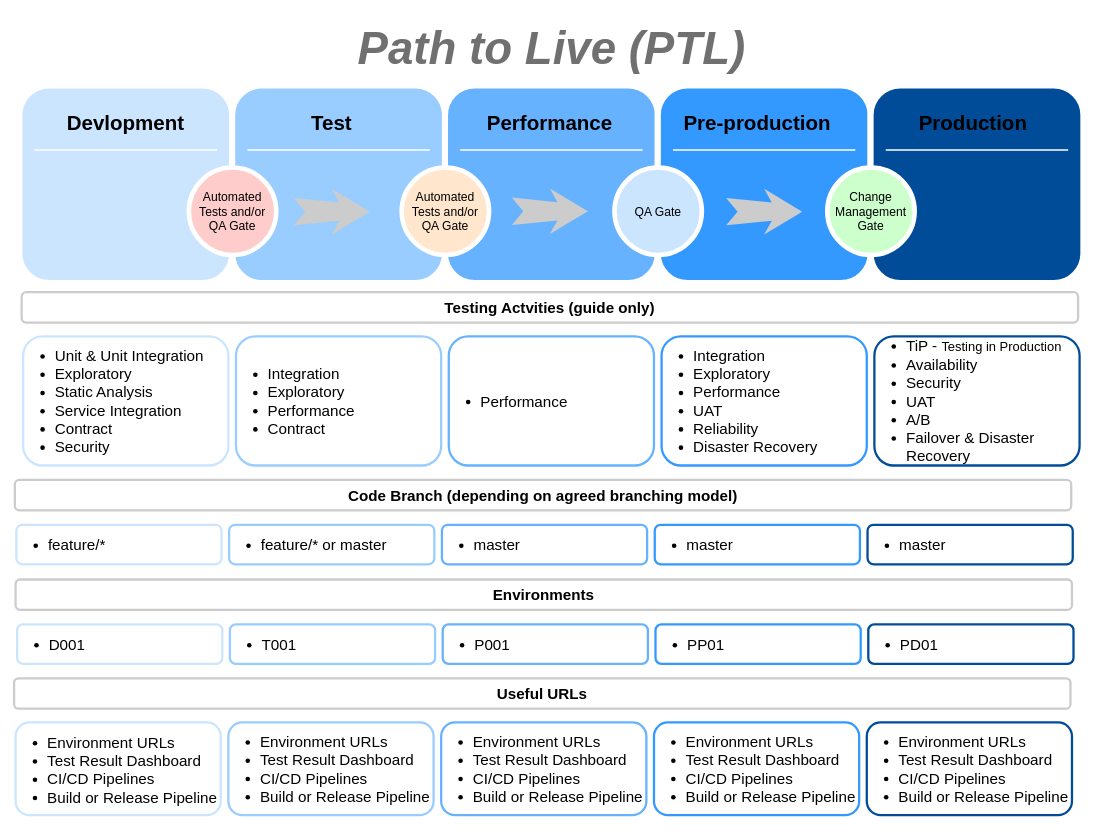
The draw.io diagram path-to-live.drawio in Vykistwo/7IM, before the edit. Source tidied: cells renumbered, new cells numbered last; positions are measured from the earlier drawing's top-left corner, leaving out a move shared by most shapes. Both pictures are drawn from the tidied source at 76%, with x=0, y=0 at pixel (14, 13).
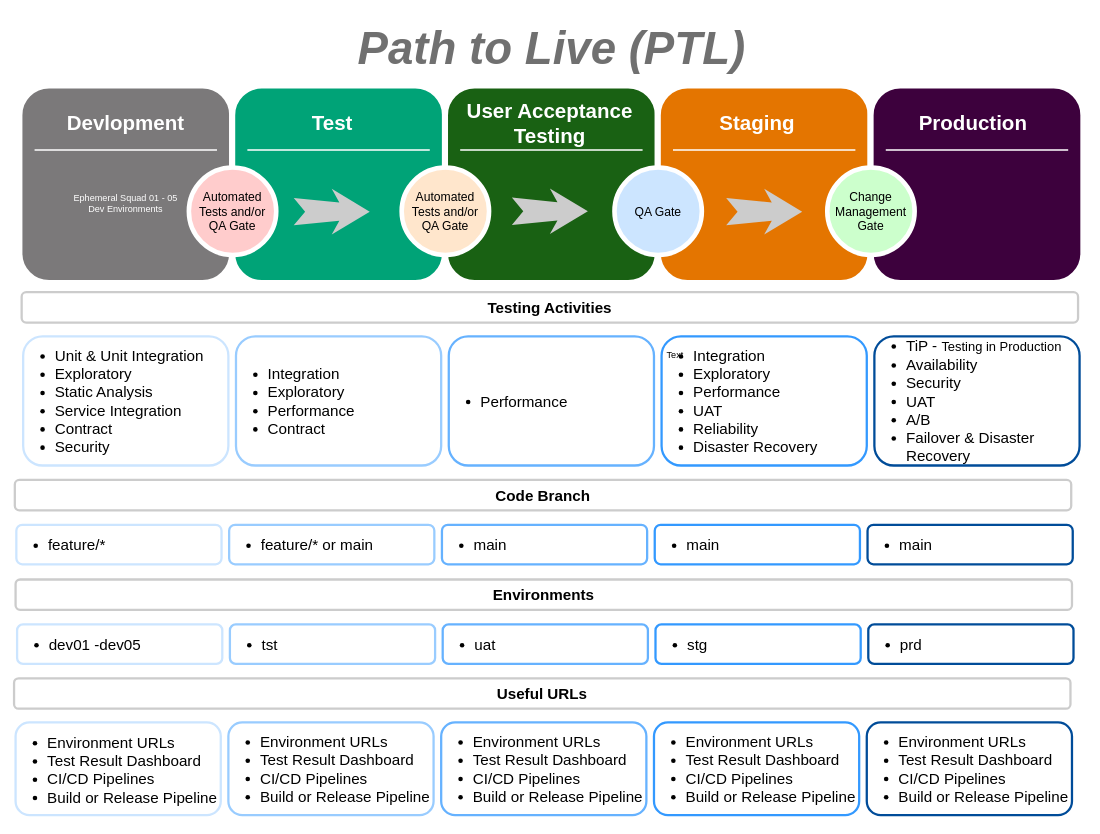
The same page after the edit.

What changed in the source:
```diff
@@
-    <mxCell id="2" style="whiteSpace=wrap;html=1;rounded=1;shadow=0;strokeWidth=8;fontSize=20;align=center;strokeColor=#FFFFFF;labelBackgroundColor=none;fillColor=#CCE5FF;" parent="1" vertex="1">
+    <mxCell id="2" style="whiteSpace=wrap;html=1;rounded=1;shadow=0;strokeWidth=8;fontSize=20;align=center;strokeColor=#FFFFFF;labelBackgroundColor=none;fillColor=#7b797a;" parent="1" vertex="1">
       <mxGeometry x="7" y="95" width="280" height="260" as="geometry" />
     </mxCell>
@@
-    <mxCell id="5" style="whiteSpace=wrap;html=1;rounded=1;shadow=0;strokeWidth=8;fontSize=20;align=center;strokeColor=#FFFFFF;fillColor=#99CCFF;" parent="1" vertex="1">
+    <mxCell id="5" style="whiteSpace=wrap;html=1;rounded=1;shadow=0;strokeWidth=8;fontSize=20;align=center;strokeColor=#FFFFFF;fillColor=#00a377;" parent="1" vertex="1">
       <mxGeometry x="287" y="95" width="280" height="260" as="geometry" />
     </mxCell>
@@
-    <mxCell id="7" style="whiteSpace=wrap;html=1;rounded=1;shadow=0;strokeWidth=8;fontSize=20;align=center;strokeColor=#FFFFFF;fillColor=#66B2FF;" parent="1" vertex="1">
+    <mxCell id="7" style="whiteSpace=wrap;html=1;rounded=1;shadow=0;strokeWidth=8;fontSize=20;align=center;strokeColor=#FFFFFF;fillColor=#196113;" parent="1" vertex="1">
       <mxGeometry x="567" y="95" width="280" height="260" as="geometry" />
     </mxCell>
@@
-    <mxCell id="9" style="whiteSpace=wrap;html=1;rounded=1;shadow=0;strokeWidth=8;fontSize=20;align=center;strokeColor=#FFFFFF;fillColor=#3399FF;" parent="1" vertex="1">
+    <mxCell id="9" style="whiteSpace=wrap;html=1;rounded=1;shadow=0;strokeWidth=8;fontSize=20;align=center;strokeColor=#FFFFFF;fillColor=#e47500;" parent="1" vertex="1">
       <mxGeometry x="847" y="95" width="280" height="260" as="geometry" />
     </mxCell>
@@
-    <mxCell id="12" style="whiteSpace=wrap;html=1;rounded=1;shadow=0;strokeWidth=8;fontSize=20;align=center;strokeColor=#FFFFFF;fillColor=#004C99;fontColor=#0066CC;" parent="1" vertex="1">
+    <mxCell id="12" style="whiteSpace=wrap;html=1;rounded=1;shadow=0;strokeWidth=8;fontSize=20;align=center;strokeColor=#FFFFFF;fillColor=#3d013d;fontColor=#0066CC;" parent="1" vertex="1">
       <mxGeometry x="1127" y="95" width="280" height="260" as="geometry" />
     </mxCell>
-    <mxCell id="13" value="Production" style="text;html=1;strokeColor=none;fillColor=none;align=center;verticalAlign=middle;whiteSpace=wrap;rounded=0;shadow=0;fontSize=27;fontStyle=1;" parent="1" vertex="1">
+    <mxCell id="13" value="&lt;font color=&quot;#ffffff&quot;&gt;Production&lt;/font&gt;" style="text;html=1;strokeColor=none;fillColor=none;align=center;verticalAlign=middle;whiteSpace=wrap;rounded=0;shadow=0;fontSize=27;fontStyle=1;" parent="1" vertex="1">
       <mxGeometry x="1122" y="115" width="280" height="60" as="geometry" />
     </mxCell>
@@
-    <mxCell id="20" value="Testing Actvities (guide only)" style="whiteSpace=wrap;html=1;rounded=1;shadow=0;strokeWidth=3;fontSize=20;align=center;labelBackgroundColor=none;fillColor=#FFFFFF;strokeColor=#CCCCCC;fontStyle=1;" parent="1" vertex="1">
+    <mxCell id="20" value="Testing Activities" style="whiteSpace=wrap;html=1;rounded=1;shadow=0;strokeWidth=3;fontSize=20;align=center;labelBackgroundColor=none;fillColor=#FFFFFF;strokeColor=#CCCCCC;fontStyle=1;" parent="1" vertex="1">
       <mxGeometry x="10" y="367" width="1390" height="40" as="geometry" />
     </mxCell>
-    <mxCell id="21" value="&lt;ul style=&quot;font-size: 20px&quot;&gt;&lt;li style=&quot;font-size: 20px&quot;&gt;Integration&amp;nbsp;&lt;/li&gt;&lt;li style=&quot;font-size: 20px&quot;&gt;Exploratory&lt;/li&gt;&lt;li style=&quot;font-size: 20px&quot;&gt;Performance&lt;/li&gt;&lt;li style=&quot;font-size: 20px&quot;&gt;Contract&lt;/li&gt;&lt;/ul&gt;" style="text;html=1;align=left;verticalAlign=middle;whiteSpace=wrap;rounded=1;shadow=0;fontSize=20;strokeWidth=3;fillColor=#ffffff;perimeterSpacing=5;strokeColor=#99CCFF;" parent="1" vertex="1">
+    <mxCell id="21" value="&lt;ul style=&quot;font-size: 20px&quot;&gt;&lt;li style=&quot;font-size: 20px&quot;&gt;Integration&amp;nbsp;&lt;/li&gt;&lt;li style=&quot;font-size: 20px&quot;&gt;Exploratory&lt;/li&gt;&lt;li style=&quot;font-size: 20px&quot;&gt;Performance&lt;/li&gt;&lt;li style=&quot;font-size: 20px&quot;&gt;Contract&amp;nbsp;&lt;/li&gt;&lt;/ul&gt;" style="text;html=1;align=left;verticalAlign=middle;whiteSpace=wrap;rounded=1;shadow=0;fontSize=20;strokeWidth=3;fillColor=#ffffff;perimeterSpacing=5;strokeColor=#99CCFF;" parent="1" vertex="1">
       <mxGeometry x="292" y="425" width="270" height="170" as="geometry" />
     </mxCell>
@@
-    <mxCell id="26" value="Code Branch (depending on agreed branching model)" style="whiteSpace=wrap;html=1;rounded=1;shadow=0;strokeWidth=3;fontSize=20;align=center;labelBackgroundColor=none;fillColor=#FFFFFF;strokeColor=#CCCCCC;fontStyle=1;" parent="1" vertex="1">
+    <mxCell id="26" value="Code Branch" style="whiteSpace=wrap;html=1;rounded=1;shadow=0;strokeWidth=3;fontSize=20;align=center;labelBackgroundColor=none;fillColor=#FFFFFF;strokeColor=#CCCCCC;fontStyle=1;" parent="1" vertex="1">
       <mxGeometry x="1" y="614" width="1390" height="40" as="geometry" />
     </mxCell>
-    <mxCell id="27" value="&lt;ul style=&quot;font-size: 20px&quot;&gt;&lt;li style=&quot;font-size: 20px&quot;&gt;feature/* or master&lt;/li&gt;&lt;/ul&gt;" style="text;html=1;align=left;verticalAlign=middle;whiteSpace=wrap;rounded=1;shadow=0;fontSize=20;strokeWidth=3;fillColor=#ffffff;perimeterSpacing=5;strokeColor=#99CCFF;" parent="1" vertex="1">
+    <mxCell id="27" value="&lt;ul style=&quot;font-size: 20px&quot;&gt;&lt;li style=&quot;font-size: 20px&quot;&gt;feature/* or main&lt;/li&gt;&lt;/ul&gt;" style="text;html=1;align=left;verticalAlign=middle;whiteSpace=wrap;rounded=1;shadow=0;fontSize=20;strokeWidth=3;fillColor=#ffffff;perimeterSpacing=5;strokeColor=#99CCFF;" parent="1" vertex="1">
       <mxGeometry x="283" y="673" width="270" height="52" as="geometry" />
     </mxCell>
-    <mxCell id="28" value="&lt;ul style=&quot;font-size: 20px&quot;&gt;&lt;li style=&quot;font-size: 20px&quot;&gt;master&lt;/li&gt;&lt;/ul&gt;" style="text;html=1;align=left;verticalAlign=middle;whiteSpace=wrap;rounded=1;shadow=0;fontSize=20;strokeWidth=3;fillColor=#ffffff;perimeterSpacing=5;strokeColor=#66B2FF;" parent="1" vertex="1">
+    <mxCell id="28" value="&lt;ul style=&quot;font-size: 20px&quot;&gt;&lt;li style=&quot;font-size: 20px&quot;&gt;main&lt;/li&gt;&lt;/ul&gt;" style="text;html=1;align=left;verticalAlign=middle;whiteSpace=wrap;rounded=1;shadow=0;fontSize=20;strokeWidth=3;fillColor=#ffffff;perimeterSpacing=5;strokeColor=#66B2FF;" parent="1" vertex="1">
       <mxGeometry x="563" y="673" width="270" height="52" as="geometry" />
     </mxCell>
-    <mxCell id="29" value="&lt;ul style=&quot;font-size: 20px&quot;&gt;&lt;li&gt;master&lt;/li&gt;&lt;/ul&gt;" style="text;html=1;align=left;verticalAlign=middle;whiteSpace=wrap;rounded=1;shadow=0;fontSize=20;strokeWidth=3;fillColor=#ffffff;perimeterSpacing=5;strokeColor=#3399FF;" parent="1" vertex="1">
+    <mxCell id="29" value="&lt;ul style=&quot;font-size: 20px&quot;&gt;&lt;li&gt;main&lt;/li&gt;&lt;/ul&gt;" style="text;html=1;align=left;verticalAlign=middle;whiteSpace=wrap;rounded=1;shadow=0;fontSize=20;strokeWidth=3;fillColor=#ffffff;perimeterSpacing=5;strokeColor=#3399FF;" parent="1" vertex="1">
       <mxGeometry x="843" y="673" width="270" height="52" as="geometry" />
     </mxCell>
-    <mxCell id="30" value="&lt;ul style=&quot;font-size: 20px&quot;&gt;&lt;li&gt;master&lt;/li&gt;&lt;/ul&gt;" style="text;html=1;align=left;verticalAlign=middle;whiteSpace=wrap;rounded=1;shadow=0;fontSize=20;strokeWidth=3;fillColor=#ffffff;perimeterSpacing=5;strokeColor=#004C99;" parent="1" vertex="1">
+    <mxCell id="30" value="&lt;ul style=&quot;font-size: 20px&quot;&gt;&lt;li&gt;main&lt;/li&gt;&lt;/ul&gt;" style="text;html=1;align=left;verticalAlign=middle;whiteSpace=wrap;rounded=1;shadow=0;fontSize=20;strokeWidth=3;fillColor=#ffffff;perimeterSpacing=5;strokeColor=#004C99;" parent="1" vertex="1">
       <mxGeometry x="1123" y="673" width="270" height="52" as="geometry" />
     </mxCell>
-    <mxCell id="31" value="Devlopment" style="text;html=1;strokeColor=none;fillColor=none;align=center;verticalAlign=middle;whiteSpace=wrap;rounded=0;shadow=0;fontSize=27;fontStyle=1;" parent="1" vertex="1">
+    <mxCell id="31" value="&lt;font color=&quot;#ffffff&quot;&gt;Devlopment&lt;/font&gt;" style="text;html=1;strokeColor=none;fillColor=none;align=center;verticalAlign=middle;whiteSpace=wrap;rounded=0;shadow=0;fontSize=27;fontStyle=1;" parent="1" vertex="1">
       <mxGeometry x="7" y="115" width="280" height="60" as="geometry" />
     </mxCell>
-    <mxCell id="32" value="Test" style="text;html=1;strokeColor=none;fillColor=none;align=center;verticalAlign=middle;whiteSpace=wrap;rounded=0;shadow=0;fontSize=27;fontStyle=1;" parent="1" vertex="1">
-      <mxGeometry x="278" y="115" width="280" height="60" as="geometry" />
+    <mxCell id="32" value="&lt;font color=&quot;#ffffff&quot;&gt;Test&lt;/font&gt;" style="text;html=1;strokeColor=none;fillColor=none;align=center;verticalAlign=middle;whiteSpace=wrap;rounded=0;shadow=0;fontSize=27;fontStyle=1;" parent="1" vertex="1">
+      <mxGeometry x="279" y="115" width="280" height="60" as="geometry" />
     </mxCell>
-    <mxCell id="33" value="Performance" style="text;html=1;strokeColor=none;fillColor=none;align=center;verticalAlign=middle;whiteSpace=wrap;rounded=0;shadow=0;fontSize=27;fontStyle=1;" parent="1" vertex="1">
+    <mxCell id="33" value="&lt;font color=&quot;#ffffff&quot;&gt;User Acceptance Testing&lt;/font&gt;" style="text;html=1;strokeColor=none;fillColor=none;align=center;verticalAlign=middle;whiteSpace=wrap;rounded=0;shadow=0;fontSize=27;fontStyle=1;" parent="1" vertex="1">
       <mxGeometry x="565" y="115" width="280" height="60" as="geometry" />
     </mxCell>
-    <mxCell id="34" value="Pre-production" style="text;html=1;strokeColor=none;fillColor=none;align=center;verticalAlign=middle;whiteSpace=wrap;rounded=0;shadow=0;fontSize=27;fontStyle=1;" parent="1" vertex="1">
+    <mxCell id="34" value="&lt;font color=&quot;#ffffff&quot;&gt;Staging&lt;/font&gt;" style="text;html=1;strokeColor=none;fillColor=none;align=center;verticalAlign=middle;whiteSpace=wrap;rounded=0;shadow=0;fontSize=27;fontStyle=1;" parent="1" vertex="1">
       <mxGeometry x="838" y="115" width="280" height="60" as="geometry" />
     </mxCell>
@@
-    <mxCell id="37" value="&lt;ul style=&quot;font-size: 20px&quot;&gt;&lt;li style=&quot;font-size: 20px&quot;&gt;D001&lt;/li&gt;&lt;/ul&gt;" style="text;html=1;align=left;verticalAlign=middle;whiteSpace=wrap;rounded=1;shadow=0;fontSize=20;strokeWidth=3;fillColor=#ffffff;strokeColor=#CCE5FF;perimeterSpacing=5;" parent="1" vertex="1">
+    <mxCell id="37" value="&lt;ul style=&quot;font-size: 20px&quot;&gt;&lt;li style=&quot;font-size: 20px&quot;&gt;dev01 -dev05&lt;/li&gt;&lt;/ul&gt;" style="text;html=1;align=left;verticalAlign=middle;whiteSpace=wrap;rounded=1;shadow=0;fontSize=20;strokeWidth=3;fillColor=#ffffff;strokeColor=#CCE5FF;perimeterSpacing=5;" parent="1" vertex="1">
       <mxGeometry x="4" y="804" width="270" height="52" as="geometry" />
     </mxCell>
@@
-    <mxCell id="39" value="&lt;ul style=&quot;font-size: 20px&quot;&gt;&lt;li style=&quot;font-size: 20px&quot;&gt;T001&lt;/li&gt;&lt;/ul&gt;" style="text;html=1;align=left;verticalAlign=middle;whiteSpace=wrap;rounded=1;shadow=0;fontSize=20;strokeWidth=3;fillColor=#ffffff;perimeterSpacing=5;strokeColor=#99CCFF;" parent="1" vertex="1">
+    <mxCell id="39" value="&lt;ul style=&quot;font-size: 20px&quot;&gt;&lt;li style=&quot;font-size: 20px&quot;&gt;tst&lt;/li&gt;&lt;/ul&gt;" style="text;html=1;align=left;verticalAlign=middle;whiteSpace=wrap;rounded=1;shadow=0;fontSize=20;strokeWidth=3;fillColor=#ffffff;perimeterSpacing=5;strokeColor=#99CCFF;" parent="1" vertex="1">
       <mxGeometry x="284" y="804" width="270" height="52" as="geometry" />
     </mxCell>
-    <mxCell id="40" value="&lt;ul style=&quot;font-size: 20px&quot;&gt;&lt;li style=&quot;font-size: 20px&quot;&gt;P001&lt;/li&gt;&lt;/ul&gt;" style="text;html=1;align=left;verticalAlign=middle;whiteSpace=wrap;rounded=1;shadow=0;fontSize=20;strokeWidth=3;fillColor=#ffffff;perimeterSpacing=5;strokeColor=#66B2FF;" parent="1" vertex="1">
+    <mxCell id="40" value="&lt;ul style=&quot;font-size: 20px&quot;&gt;&lt;li style=&quot;font-size: 20px&quot;&gt;uat&lt;/li&gt;&lt;/ul&gt;" style="text;html=1;align=left;verticalAlign=middle;whiteSpace=wrap;rounded=1;shadow=0;fontSize=20;strokeWidth=3;fillColor=#ffffff;perimeterSpacing=5;strokeColor=#66B2FF;" parent="1" vertex="1">
       <mxGeometry x="564" y="804" width="270" height="52" as="geometry" />
     </mxCell>
-    <mxCell id="41" value="&lt;ul style=&quot;font-size: 20px&quot;&gt;&lt;li&gt;PP01&lt;/li&gt;&lt;/ul&gt;" style="text;html=1;align=left;verticalAlign=middle;whiteSpace=wrap;rounded=1;shadow=0;fontSize=20;strokeWidth=3;fillColor=#ffffff;perimeterSpacing=5;strokeColor=#3399FF;" parent="1" vertex="1">
+    <mxCell id="41" value="&lt;ul style=&quot;font-size: 20px&quot;&gt;&lt;li&gt;stg&lt;/li&gt;&lt;/ul&gt;" style="text;html=1;align=left;verticalAlign=middle;whiteSpace=wrap;rounded=1;shadow=0;fontSize=20;strokeWidth=3;fillColor=#ffffff;perimeterSpacing=5;strokeColor=#3399FF;" parent="1" vertex="1">
       <mxGeometry x="844" y="804" width="270" height="52" as="geometry" />
     </mxCell>
-    <mxCell id="42" value="&lt;ul style=&quot;font-size: 20px&quot;&gt;&lt;li&gt;PD01&lt;/li&gt;&lt;/ul&gt;" style="text;html=1;align=left;verticalAlign=middle;whiteSpace=wrap;rounded=1;shadow=0;fontSize=20;strokeWidth=3;fillColor=#ffffff;perimeterSpacing=5;strokeColor=#004C99;" parent="1" vertex="1">
+    <mxCell id="42" value="&lt;ul style=&quot;font-size: 20px&quot;&gt;&lt;li&gt;prd&lt;/li&gt;&lt;/ul&gt;" style="text;html=1;align=left;verticalAlign=middle;whiteSpace=wrap;rounded=1;shadow=0;fontSize=20;strokeWidth=3;fillColor=#ffffff;perimeterSpacing=5;strokeColor=#004C99;" parent="1" vertex="1">
       <mxGeometry x="1124" y="804" width="270" height="52" as="geometry" />
     </mxCell>
@@
+    <mxCell id="49" value="Text" style="text;html=1;align=center;verticalAlign=middle;whiteSpace=wrap;rounded=0;" parent="1" vertex="1">
+      <mxGeometry x="840" y="435" width="60" height="30" as="geometry" />
+    </mxCell>
+    <mxCell id="50" value="Ephemeral Squad 01 - 05 Dev Environments" style="text;html=1;align=center;verticalAlign=middle;whiteSpace=wrap;rounded=0;fontColor=#FFFFFF;" parent="1" vertex="1">
+      <mxGeometry x="72" y="195" width="150" height="110" as="geometry" />
+    </mxCell>
```
